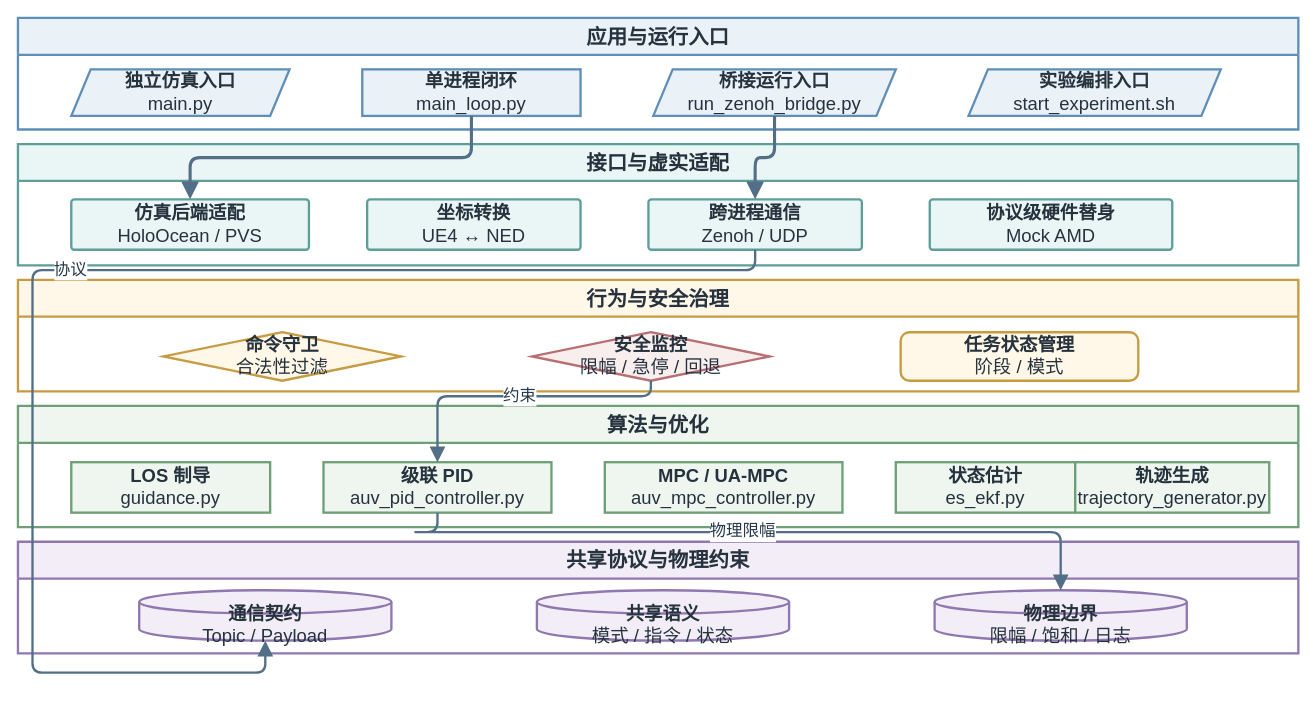
Above: thesis/figures/architecture/auv_code_layer_architecture.drawio in 360ZMEM/AUV-Master-Mag (draw.io), before the change. Source tidied: cells renumbered, new cells numbered last; positions are measured from the earlier drawing's top-left corner, leaving out a move shared by most shapes. Both pictures are drawn from the tidied source at 97%, with x=0, y=0 at pixel (17, 17).
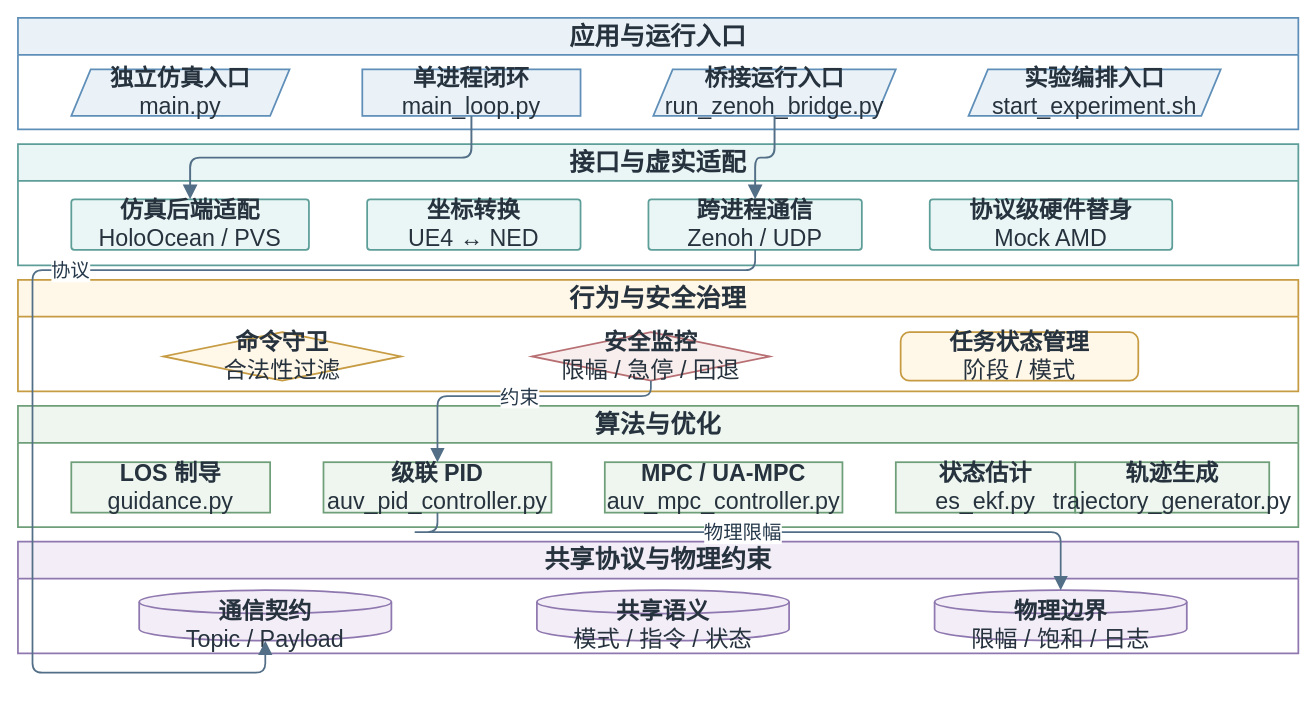
After the change.

Diff of the diagram source:
```diff
@@
-    <mxCell id="2" value="应用与运行入口" style="swimlane;whiteSpace=wrap;html=1;startSize=38;rounded=0;fillColor=#EAF2F8;strokeColor=#5F8FB8;strokeWidth=2.4;fontFamily=Songti SC;fontSize=21;fontStyle=1;fontColor=#26323D;" parent="1" vertex="1">
+    <mxCell id="2" value="应用与运行入口" style="swimlane;whiteSpace=wrap;html=1;startSize=38;rounded=0;fillColor=#EAF2F8;strokeColor=#5F8FB8;strokeWidth=1.8;fontFamily=Songti SC;fontSize=26;fontStyle=1;fontColor=#26323D;" parent="1" vertex="1">
       <mxGeometry width="1320" height="115" as="geometry" />
     </mxCell>
-    <mxCell id="3" value="接口与虚实适配" style="swimlane;whiteSpace=wrap;html=1;startSize=38;rounded=0;fillColor=#EAF6F5;strokeColor=#5D9E99;strokeWidth=2.4;fontFamily=Songti SC;fontSize=21;fontStyle=1;fontColor=#26323D;" parent="1" vertex="1">
+    <mxCell id="3" value="接口与虚实适配" style="swimlane;whiteSpace=wrap;html=1;startSize=38;rounded=0;fillColor=#EAF6F5;strokeColor=#5D9E99;strokeWidth=1.8;fontFamily=Songti SC;fontSize=26;fontStyle=1;fontColor=#26323D;" parent="1" vertex="1">
       <mxGeometry y="130" width="1320" height="125" as="geometry" />
     </mxCell>
-    <mxCell id="4" value="行为与安全治理" style="swimlane;whiteSpace=wrap;html=1;startSize=38;rounded=0;fillColor=#FFF7E8;strokeColor=#C69B42;strokeWidth=2.4;fontFamily=Songti SC;fontSize=21;fontStyle=1;fontColor=#26323D;" parent="1" vertex="1">
+    <mxCell id="4" value="行为与安全治理" style="swimlane;whiteSpace=wrap;html=1;startSize=38;rounded=0;fillColor=#FFF7E8;strokeColor=#C69B42;strokeWidth=1.8;fontFamily=Songti SC;fontSize=26;fontStyle=1;fontColor=#26323D;" parent="1" vertex="1">
       <mxGeometry y="270" width="1320" height="115" as="geometry" />
     </mxCell>
-    <mxCell id="5" value="算法与优化" style="swimlane;whiteSpace=wrap;html=1;startSize=38;rounded=0;fillColor=#EEF6EF;strokeColor=#6E9F78;strokeWidth=2.4;fontFamily=Songti SC;fontSize=21;fontStyle=1;fontColor=#26323D;" parent="1" vertex="1">
+    <mxCell id="5" value="算法与优化" style="swimlane;whiteSpace=wrap;html=1;startSize=38;rounded=0;fillColor=#EEF6EF;strokeColor=#6E9F78;strokeWidth=1.8;fontFamily=Songti SC;fontSize=26;fontStyle=1;fontColor=#26323D;" parent="1" vertex="1">
       <mxGeometry y="400" width="1320" height="125" as="geometry" />
     </mxCell>
-    <mxCell id="6" value="共享协议与物理约束" style="swimlane;whiteSpace=wrap;html=1;startSize=38;rounded=0;fillColor=#F2EDF7;strokeColor=#8F78AF;strokeWidth=2.4;fontFamily=Songti SC;fontSize=21;fontStyle=1;fontColor=#26323D;" parent="1" vertex="1">
+    <mxCell id="6" value="共享协议与物理约束" style="swimlane;whiteSpace=wrap;html=1;startSize=38;rounded=0;fillColor=#F2EDF7;strokeColor=#8F78AF;strokeWidth=1.8;fontFamily=Songti SC;fontSize=26;fontStyle=1;fontColor=#26323D;" parent="1" vertex="1">
       <mxGeometry y="540" width="1320" height="115" as="geometry" />
     </mxCell>
-    <mxCell id="7" value="&lt;b&gt;独立仿真入口&lt;/b&gt;&lt;br&gt;main.py" style="shape=parallelogram;perimeter=parallelogramPerimeter;fixedSize=1;whiteSpace=wrap;html=1;align=center;verticalAlign=middle;fillColor=#EAF2F8;strokeColor=#5F8FB8;strokeWidth=2.4;spacing=8;fontFamily=Songti SC;fontSize=19;fontColor=#26323D;" parent="2" vertex="1">
+    <mxCell id="7" value="&lt;b&gt;独立仿真入口&lt;/b&gt;&lt;br&gt;main.py" style="shape=parallelogram;perimeter=parallelogramPerimeter;fixedSize=1;whiteSpace=wrap;html=1;align=center;verticalAlign=middle;fillColor=#EAF2F8;strokeColor=#5F8FB8;strokeWidth=1.8;spacing=8;fontFamily=Songti SC;fontSize=24;fontColor=#26323D;" parent="2" vertex="1">
       <mxGeometry x="55" y="53" width="225" height="48" as="geometry" />
     </mxCell>
-    <mxCell id="8" value="&lt;b&gt;单进程闭环&lt;/b&gt;&lt;br&gt;main_loop.py" style="rounded=0;whiteSpace=wrap;html=1;align=center;verticalAlign=middle;fillColor=#EAF2F8;strokeColor=#5F8FB8;strokeWidth=2.4;spacing=8;fontFamily=Songti SC;fontSize=19;fontColor=#26323D;" parent="2" vertex="1">
+    <mxCell id="8" value="&lt;b&gt;单进程闭环&lt;/b&gt;&lt;br&gt;main_loop.py" style="rounded=0;whiteSpace=wrap;html=1;align=center;verticalAlign=middle;fillColor=#EAF2F8;strokeColor=#5F8FB8;strokeWidth=1.8;spacing=8;fontFamily=Songti SC;fontSize=24;fontColor=#26323D;" parent="2" vertex="1">
       <mxGeometry x="355" y="53" width="225" height="48" as="geometry" />
     </mxCell>
-    <mxCell id="9" value="&lt;b&gt;桥接运行入口&lt;/b&gt;&lt;br&gt;run_zenoh_bridge.py" style="shape=parallelogram;perimeter=parallelogramPerimeter;fixedSize=1;whiteSpace=wrap;html=1;align=center;verticalAlign=middle;fillColor=#EAF2F8;strokeColor=#5F8FB8;strokeWidth=2.4;spacing=8;fontFamily=Songti SC;fontSize=19;fontColor=#26323D;" parent="2" vertex="1">
+    <mxCell id="9" value="&lt;b&gt;桥接运行入口&lt;/b&gt;&lt;br&gt;run_zenoh_bridge.py" style="shape=parallelogram;perimeter=parallelogramPerimeter;fixedSize=1;whiteSpace=wrap;html=1;align=center;verticalAlign=middle;fillColor=#EAF2F8;strokeColor=#5F8FB8;strokeWidth=1.8;spacing=8;fontFamily=Songti SC;fontSize=24;fontColor=#26323D;" parent="2" vertex="1">
       <mxGeometry x="655" y="53" width="250" height="48" as="geometry" />
     </mxCell>
-    <mxCell id="10" value="&lt;b&gt;实验编排入口&lt;/b&gt;&lt;br&gt;start_experiment.sh" style="shape=parallelogram;perimeter=parallelogramPerimeter;fixedSize=1;whiteSpace=wrap;html=1;align=center;verticalAlign=middle;fillColor=#EAF2F8;strokeColor=#5F8FB8;strokeWidth=2.4;spacing=8;fontFamily=Songti SC;fontSize=19;fontColor=#26323D;" parent="2" vertex="1">
+    <mxCell id="10" value="&lt;b&gt;实验编排入口&lt;/b&gt;&lt;br&gt;start_experiment.sh" style="shape=parallelogram;perimeter=parallelogramPerimeter;fixedSize=1;whiteSpace=wrap;html=1;align=center;verticalAlign=middle;fillColor=#EAF2F8;strokeColor=#5F8FB8;strokeWidth=1.8;spacing=8;fontFamily=Songti SC;fontSize=24;fontColor=#26323D;" parent="2" vertex="1">
       <mxGeometry x="980" y="53" width="260" height="48" as="geometry" />
     </mxCell>
-    <mxCell id="11" value="&lt;b&gt;仿真后端适配&lt;/b&gt;&lt;br&gt;HoloOcean / PVS" style="rounded=1;arcSize=6;whiteSpace=wrap;html=1;align=center;verticalAlign=middle;fillColor=#EAF6F5;strokeColor=#5D9E99;strokeWidth=2.4;spacing=8;fontFamily=Songti SC;fontSize=19;fontColor=#26323D;" parent="3" vertex="1">
+    <mxCell id="11" value="&lt;b&gt;仿真后端适配&lt;/b&gt;&lt;br&gt;HoloOcean / PVS" style="rounded=1;arcSize=6;whiteSpace=wrap;html=1;align=center;verticalAlign=middle;fillColor=#EAF6F5;strokeColor=#5D9E99;strokeWidth=1.8;spacing=8;fontFamily=Songti SC;fontSize=24;fontColor=#26323D;" parent="3" vertex="1">
       <mxGeometry x="55" y="57" width="245" height="52" as="geometry" />
     </mxCell>
-    <mxCell id="12" value="&lt;b&gt;坐标转换&lt;/b&gt;&lt;br&gt;UE4 ↔ NED" style="rounded=1;arcSize=6;whiteSpace=wrap;html=1;align=center;verticalAlign=middle;fillColor=#EAF6F5;strokeColor=#5D9E99;strokeWidth=2.4;spacing=8;fontFamily=Songti SC;fontSize=19;fontColor=#26323D;" parent="3" vertex="1">
+    <mxCell id="12" value="&lt;b&gt;坐标转换&lt;/b&gt;&lt;br&gt;UE4 ↔ NED" style="rounded=1;arcSize=6;whiteSpace=wrap;html=1;align=center;verticalAlign=middle;fillColor=#EAF6F5;strokeColor=#5D9E99;strokeWidth=1.8;spacing=8;fontFamily=Songti SC;fontSize=24;fontColor=#26323D;" parent="3" vertex="1">
       <mxGeometry x="360" y="57" width="220" height="52" as="geometry" />
     </mxCell>
-    <mxCell id="13" value="&lt;b&gt;跨进程通信&lt;/b&gt;&lt;br&gt;Zenoh / UDP" style="rounded=1;arcSize=6;whiteSpace=wrap;html=1;align=center;verticalAlign=middle;fillColor=#EAF6F5;strokeColor=#5D9E99;strokeWidth=2.4;spacing=8;fontFamily=Songti SC;fontSize=19;fontColor=#26323D;" parent="3" vertex="1">
+    <mxCell id="13" value="&lt;b&gt;跨进程通信&lt;/b&gt;&lt;br&gt;Zenoh / UDP" style="rounded=1;arcSize=6;whiteSpace=wrap;html=1;align=center;verticalAlign=middle;fillColor=#EAF6F5;strokeColor=#5D9E99;strokeWidth=1.8;spacing=8;fontFamily=Songti SC;fontSize=24;fontColor=#26323D;" parent="3" vertex="1">
       <mxGeometry x="650" y="57" width="220" height="52" as="geometry" />
     </mxCell>
-    <mxCell id="14" value="&lt;b&gt;协议级硬件替身&lt;/b&gt;&lt;br&gt;Mock AMD" style="rounded=1;arcSize=6;whiteSpace=wrap;html=1;align=center;verticalAlign=middle;fillColor=#EAF6F5;strokeColor=#5D9E99;strokeWidth=2.4;spacing=8;fontFamily=Songti SC;fontSize=19;fontColor=#26323D;" parent="3" vertex="1">
+    <mxCell id="14" value="&lt;b&gt;协议级硬件替身&lt;/b&gt;&lt;br&gt;Mock AMD" style="rounded=1;arcSize=6;whiteSpace=wrap;html=1;align=center;verticalAlign=middle;fillColor=#EAF6F5;strokeColor=#5D9E99;strokeWidth=1.8;spacing=8;fontFamily=Songti SC;fontSize=24;fontColor=#26323D;" parent="3" vertex="1">
       <mxGeometry x="940" y="57" width="250" height="52" as="geometry" />
     </mxCell>
-    <mxCell id="15" value="&lt;b&gt;命令守卫&lt;/b&gt;&lt;br&gt;合法性过滤" style="rhombus;whiteSpace=wrap;html=1;align=center;verticalAlign=middle;fillColor=#FFF7E8;strokeColor=#C69B42;strokeWidth=2.4;spacing=8;fontFamily=Songti SC;fontSize=19;fontColor=#26323D;" parent="4" vertex="1">
+    <mxCell id="15" value="&lt;b&gt;命令守卫&lt;/b&gt;&lt;br&gt;合法性过滤" style="rhombus;whiteSpace=wrap;html=1;align=center;verticalAlign=middle;fillColor=#FFF7E8;strokeColor=#C69B42;strokeWidth=1.8;spacing=8;fontFamily=Songti SC;fontSize=24;fontColor=#26323D;" parent="4" vertex="1">
       <mxGeometry x="150" y="54" width="245" height="50" as="geometry" />
     </mxCell>
-    <mxCell id="16" value="&lt;b&gt;安全监控&lt;/b&gt;&lt;br&gt;限幅 / 急停 / 回退" style="rhombus;whiteSpace=wrap;html=1;align=center;verticalAlign=middle;fillColor=#F8EEEE;strokeColor=#B86F73;strokeWidth=2.4;spacing=8;fontFamily=Songti SC;fontSize=19;fontColor=#26323D;" parent="4" vertex="1">
+    <mxCell id="16" value="&lt;b&gt;安全监控&lt;/b&gt;&lt;br&gt;限幅 / 急停 / 回退" style="rhombus;whiteSpace=wrap;html=1;align=center;verticalAlign=middle;fillColor=#F8EEEE;strokeColor=#B86F73;strokeWidth=1.8;spacing=8;fontFamily=Songti SC;fontSize=24;fontColor=#26323D;" parent="4" vertex="1">
       <mxGeometry x="530" y="54" width="245" height="50" as="geometry" />
     </mxCell>
-    <mxCell id="17" value="&lt;b&gt;任务状态管理&lt;/b&gt;&lt;br&gt;阶段 / 模式" style="rounded=1;arcSize=18;whiteSpace=wrap;html=1;align=center;verticalAlign=middle;fillColor=#FFF7E8;strokeColor=#C69B42;strokeWidth=2.4;spacing=8;fontFamily=Songti SC;fontSize=19;fontColor=#26323D;" parent="4" vertex="1">
+    <mxCell id="17" value="&lt;b&gt;任务状态管理&lt;/b&gt;&lt;br&gt;阶段 / 模式" style="rounded=1;arcSize=18;whiteSpace=wrap;html=1;align=center;verticalAlign=middle;fillColor=#FFF7E8;strokeColor=#C69B42;strokeWidth=1.8;spacing=8;fontFamily=Songti SC;fontSize=24;fontColor=#26323D;" parent="4" vertex="1">
       <mxGeometry x="910" y="54" width="245" height="50" as="geometry" />
     </mxCell>
-    <mxCell id="18" value="&lt;b&gt;LOS 制导&lt;/b&gt;&lt;br&gt;guidance.py" style="rounded=0;whiteSpace=wrap;html=1;align=center;verticalAlign=middle;fillColor=#EEF6EF;strokeColor=#6E9F78;strokeWidth=2.4;spacing=8;fontFamily=Songti SC;fontSize=19;fontColor=#26323D;" parent="5" vertex="1">
+    <mxCell id="18" value="&lt;b&gt;LOS 制导&lt;/b&gt;&lt;br&gt;guidance.py" style="rounded=0;whiteSpace=wrap;html=1;align=center;verticalAlign=middle;fillColor=#EEF6EF;strokeColor=#6E9F78;strokeWidth=1.8;spacing=8;fontFamily=Songti SC;fontSize=24;fontColor=#26323D;" parent="5" vertex="1">
       <mxGeometry x="55" y="58" width="205" height="52" as="geometry" />
     </mxCell>
-    <mxCell id="19" value="&lt;b&gt;级联 PID&lt;/b&gt;&lt;br&gt;auv_pid_controller.py" style="rounded=0;whiteSpace=wrap;html=1;align=center;verticalAlign=middle;fillColor=#EEF6EF;strokeColor=#6E9F78;strokeWidth=2.4;spacing=8;fontFamily=Songti SC;fontSize=19;fontColor=#26323D;" parent="5" vertex="1">
+    <mxCell id="19" value="&lt;b&gt;级联 PID&lt;/b&gt;&lt;br&gt;auv_pid_controller.py" style="rounded=0;whiteSpace=wrap;html=1;align=center;verticalAlign=middle;fillColor=#EEF6EF;strokeColor=#6E9F78;strokeWidth=1.8;spacing=8;fontFamily=Songti SC;fontSize=24;fontColor=#26323D;" parent="5" vertex="1">
       <mxGeometry x="315" y="58" width="235" height="52" as="geometry" />
     </mxCell>
-    <mxCell id="20" value="&lt;b&gt;MPC / UA-MPC&lt;/b&gt;&lt;br&gt;auv_mpc_controller.py" style="rounded=0;whiteSpace=wrap;html=1;align=center;verticalAlign=middle;fillColor=#EEF6EF;strokeColor=#6E9F78;strokeWidth=2.4;spacing=8;fontFamily=Songti SC;fontSize=19;fontColor=#26323D;" parent="5" vertex="1">
+    <mxCell id="20" value="&lt;b&gt;MPC / UA-MPC&lt;/b&gt;&lt;br&gt;auv_mpc_controller.py" style="rounded=0;whiteSpace=wrap;html=1;align=center;verticalAlign=middle;fillColor=#EEF6EF;strokeColor=#6E9F78;strokeWidth=1.8;spacing=8;fontFamily=Songti SC;fontSize=24;fontColor=#26323D;" parent="5" vertex="1">
       <mxGeometry x="605" y="58" width="245" height="52" as="geometry" />
     </mxCell>
-    <mxCell id="21" value="&lt;b&gt;状态估计&lt;/b&gt;&lt;br&gt;es_ekf.py" style="rounded=0;whiteSpace=wrap;html=1;align=center;verticalAlign=middle;fillColor=#EEF6EF;strokeColor=#6E9F78;strokeWidth=2.4;spacing=8;fontFamily=Songti SC;fontSize=19;fontColor=#26323D;" parent="5" vertex="1">
+    <mxCell id="21" value="&lt;b&gt;状态估计&lt;/b&gt;&lt;br&gt;es_ekf.py" style="rounded=0;whiteSpace=wrap;html=1;align=center;verticalAlign=middle;fillColor=#EEF6EF;strokeColor=#6E9F78;strokeWidth=1.8;spacing=8;fontFamily=Songti SC;fontSize=24;fontColor=#26323D;" parent="5" vertex="1">
       <mxGeometry x="905" y="58" width="185" height="52" as="geometry" />
     </mxCell>
-    <mxCell id="22" value="&lt;b&gt;轨迹生成&lt;/b&gt;&lt;br&gt;trajectory_generator.py" style="rounded=0;whiteSpace=wrap;html=1;align=center;verticalAlign=middle;fillColor=#EEF6EF;strokeColor=#6E9F78;strokeWidth=2.4;spacing=8;fontFamily=Songti SC;fontSize=19;fontColor=#26323D;" parent="5" vertex="1">
+    <mxCell id="22" value="&lt;b&gt;轨迹生成&lt;/b&gt;&lt;br&gt;trajectory_generator.py" style="rounded=0;whiteSpace=wrap;html=1;align=center;verticalAlign=middle;fillColor=#EEF6EF;strokeColor=#6E9F78;strokeWidth=1.8;spacing=8;fontFamily=Songti SC;fontSize=24;fontColor=#26323D;" parent="5" vertex="1">
       <mxGeometry x="1090" y="58" width="200" height="52" as="geometry" />
     </mxCell>
-    <mxCell id="23" value="&lt;b&gt;通信契约&lt;/b&gt;&lt;br&gt;Topic / Payload" style="shape=cylinder3;boundedLbl=1;backgroundOutline=1;size=12;whiteSpace=wrap;html=1;align=center;verticalAlign=middle;fillColor=#F2EDF7;strokeColor=#8F78AF;strokeWidth=2.4;spacing=8;fontFamily=Songti SC;fontSize=19;fontColor=#26323D;" parent="6" vertex="1">
+    <mxCell id="23" value="&lt;b&gt;通信契约&lt;/b&gt;&lt;br&gt;Topic / Payload" style="shape=cylinder3;boundedLbl=1;backgroundOutline=1;size=12;whiteSpace=wrap;html=1;align=center;verticalAlign=middle;fillColor=#F2EDF7;strokeColor=#8F78AF;strokeWidth=1.8;spacing=8;fontFamily=Songti SC;fontSize=24;fontColor=#26323D;" parent="6" vertex="1">
       <mxGeometry x="125" y="50" width="260" height="52" as="geometry" />
     </mxCell>
-    <mxCell id="24" value="&lt;b&gt;共享语义&lt;/b&gt;&lt;br&gt;模式 / 指令 / 状态" style="shape=cylinder3;boundedLbl=1;backgroundOutline=1;size=12;whiteSpace=wrap;html=1;align=center;verticalAlign=middle;fillColor=#F2EDF7;strokeColor=#8F78AF;strokeWidth=2.4;spacing=8;fontFamily=Songti SC;fontSize=19;fontColor=#26323D;" parent="6" vertex="1">
+    <mxCell id="24" value="&lt;b&gt;共享语义&lt;/b&gt;&lt;br&gt;模式 / 指令 / 状态" style="shape=cylinder3;boundedLbl=1;backgroundOutline=1;size=12;whiteSpace=wrap;html=1;align=center;verticalAlign=middle;fillColor=#F2EDF7;strokeColor=#8F78AF;strokeWidth=1.8;spacing=8;fontFamily=Songti SC;fontSize=24;fontColor=#26323D;" parent="6" vertex="1">
       <mxGeometry x="535" y="50" width="260" height="52" as="geometry" />
     </mxCell>
-    <mxCell id="25" value="&lt;b&gt;物理边界&lt;/b&gt;&lt;br&gt;限幅 / 饱和 / 日志" style="shape=cylinder3;boundedLbl=1;backgroundOutline=1;size=12;whiteSpace=wrap;html=1;align=center;verticalAlign=middle;fillColor=#F2EDF7;strokeColor=#8F78AF;strokeWidth=2.4;spacing=8;fontFamily=Songti SC;fontSize=19;fontColor=#26323D;" parent="6" vertex="1">
+    <mxCell id="25" value="&lt;b&gt;物理边界&lt;/b&gt;&lt;br&gt;限幅 / 饱和 / 日志" style="shape=cylinder3;boundedLbl=1;backgroundOutline=1;size=12;whiteSpace=wrap;html=1;align=center;verticalAlign=middle;fillColor=#F2EDF7;strokeColor=#8F78AF;strokeWidth=1.8;spacing=8;fontFamily=Songti SC;fontSize=24;fontColor=#26323D;" parent="6" vertex="1">
       <mxGeometry x="945" y="50" width="260" height="52" as="geometry" />
     </mxCell>
-    <mxCell id="26" style="edgeStyle=orthogonalEdgeStyle;rounded=1;jettySize=auto;html=1;strokeColor=#536F87;strokeWidth=3.2;fontFamily=Songti SC;fontSize=18;fontStyle=1;fontColor=#25384A;labelBackgroundColor=#FFFFFF;labelBorderColor=none;endArrow=block;endFill=1;endSize=10;exitX=0.5;exitY=1;entryX=0.5;entryY=0;" parent="1" edge="1" source="8" target="11">
+    <mxCell id="26" style="edgeStyle=orthogonalEdgeStyle;rounded=1;jettySize=auto;html=1;strokeColor=#536F87;strokeWidth=2.0;fontFamily=Songti SC;fontSize=20;fontStyle=1;fontColor=#25384A;labelBackgroundColor=#FFFFFF;labelBorderColor=none;endArrow=block;endFill=1;endSize=10;exitX=0.5;exitY=1;entryX=0.5;entryY=0;" parent="1" edge="1" source="8" target="11">
       <mxGeometry relative="1" as="geometry" />
     </mxCell>
-    <mxCell id="27" style="edgeStyle=orthogonalEdgeStyle;rounded=1;jettySize=auto;html=1;strokeColor=#536F87;strokeWidth=3.2;fontFamily=Songti SC;fontSize=18;fontStyle=1;fontColor=#25384A;labelBackgroundColor=#FFFFFF;labelBorderColor=none;endArrow=block;endFill=1;endSize=10;exitX=0.5;exitY=1;entryX=0.5;entryY=0;" parent="1" edge="1" source="9" target="13">
+    <mxCell id="27" style="edgeStyle=orthogonalEdgeStyle;rounded=1;jettySize=auto;html=1;strokeColor=#536F87;strokeWidth=2.0;fontFamily=Songti SC;fontSize=20;fontStyle=1;fontColor=#25384A;labelBackgroundColor=#FFFFFF;labelBorderColor=none;endArrow=block;endFill=1;endSize=10;exitX=0.5;exitY=1;entryX=0.5;entryY=0;" parent="1" edge="1" source="9" target="13">
       <mxGeometry relative="1" as="geometry" />
     </mxCell>
-    <mxCell id="28" value="协议" style="edgeStyle=orthogonalEdgeStyle;rounded=1;jettySize=auto;html=1;strokeColor=#536F87;strokeWidth=2.4;fontFamily=Songti SC;fontSize=17;fontColor=#25384A;labelBackgroundColor=#FFFFFF;labelBorderColor=none;endArrow=block;endFill=1;endSize=10;exitX=0.5;exitY=1;entryX=0.5;entryY=1;" parent="1" edge="1" source="13" target="23">
+    <mxCell id="28" value="协议" style="edgeStyle=orthogonalEdgeStyle;rounded=1;jettySize=auto;html=1;strokeColor=#536F87;strokeWidth=1.8;fontFamily=Songti SC;fontSize=20;fontColor=#25384A;labelBackgroundColor=#FFFFFF;labelBorderColor=none;endArrow=block;endFill=1;endSize=10;exitX=0.5;exitY=1;entryX=0.5;entryY=1;" parent="1" edge="1" source="13" target="23">
       <mxGeometry relative="1" as="geometry">
         <Array as="points">
           <mxPoint x="760" y="260" />
           <mxPoint x="15" y="260" />
           <mxPoint x="15" y="675" />
           <mxPoint x="255" y="675" />
         </Array>
       </mxGeometry>
     </mxCell>
-    <mxCell id="29" value="约束" style="edgeStyle=orthogonalEdgeStyle;rounded=1;jettySize=auto;html=1;strokeColor=#536F87;strokeWidth=2.4;fontFamily=Songti SC;fontSize=17;fontColor=#25384A;labelBackgroundColor=#FFFFFF;labelBorderColor=none;endArrow=block;endFill=1;endSize=10;exitX=0.5;exitY=1;entryX=0.5;entryY=0;" parent="1" edge="1" source="16" target="19">
+    <mxCell id="29" value="约束" style="edgeStyle=orthogonalEdgeStyle;rounded=1;jettySize=auto;html=1;strokeColor=#536F87;strokeWidth=1.8;fontFamily=Songti SC;fontSize=20;fontColor=#25384A;labelBackgroundColor=#FFFFFF;labelBorderColor=none;endArrow=block;endFill=1;endSize=10;exitX=0.5;exitY=1;entryX=0.5;entryY=0;" parent="1" edge="1" source="16" target="19">
       <mxGeometry relative="1" as="geometry">
         <Array as="points">
           <mxPoint x="620" y="390" />
           <mxPoint x="405" y="390" />
         </Array>
       </mxGeometry>
     </mxCell>
-    <mxCell id="30" value="物理限幅" style="edgeStyle=orthogonalEdgeStyle;rounded=1;jettySize=auto;html=1;strokeColor=#536F87;strokeWidth=2.4;fontFamily=Songti SC;fontSize=17;fontColor=#25384A;labelBackgroundColor=#FFFFFF;labelBorderColor=none;endArrow=block;endFill=1;endSize=10;exitX=0.5;exitY=1;entryX=0.5;entryY=0;" parent="1" edge="1" source="19" target="25">
+    <mxCell id="30" value="物理限幅" style="edgeStyle=orthogonalEdgeStyle;rounded=1;jettySize=auto;html=1;strokeColor=#536F87;strokeWidth=1.8;fontFamily=Songti SC;fontSize=20;fontColor=#25384A;labelBackgroundColor=#FFFFFF;labelBorderColor=none;endArrow=block;endFill=1;endSize=10;exitX=0.5;exitY=1;entryX=0.5;entryY=0;" parent="1" edge="1" source="19" target="25">
       <mxGeometry relative="1" as="geometry">
         <Array as="points">
           <mxPoint x="405" y="530" />
           <mxPoint x="1045" y="530" />
         </Array>
       </mxGeometry>
     </mxCell>
```
